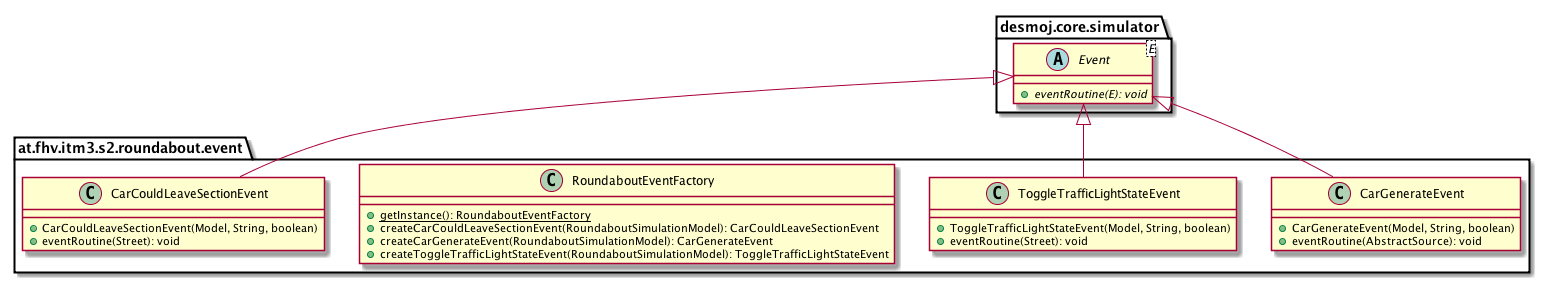
sereGkaluv/Roundabout-Simulation-Library keeps this PlantUML diagram as images/uml-class/at.fhv.itm3.s2.roundabout.event.package.png. Above is the earlier version.
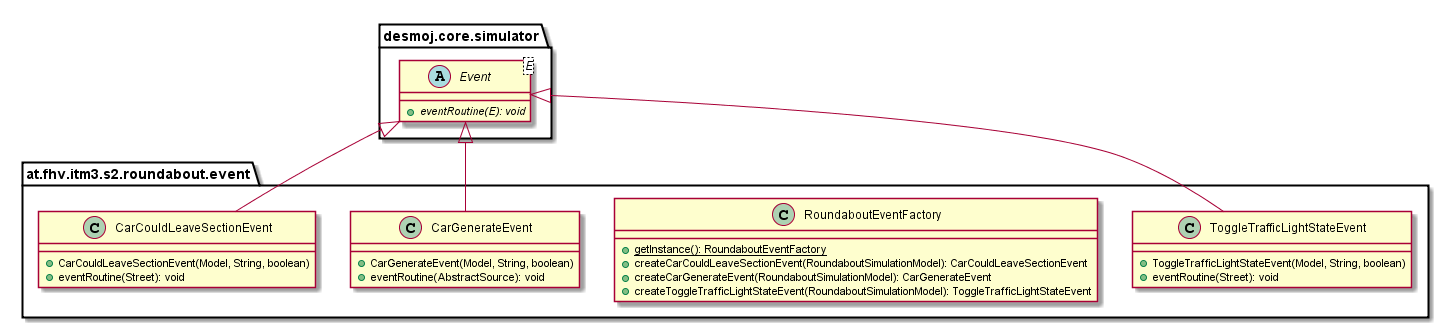
After the change.

Diff of the diagram source:
```diff
@@ -1,11 +1,6 @@
 @startuml
 
     namespace at.fhv.itm3.s2.roundabout.event {
-
-        class CarGenerateEvent [[../../../../../at/fhv/itm3/s2/roundabout/event/CarGenerateEvent.html]] {
-            +CarGenerateEvent(Model, String, boolean)
-            +eventRoutine(AbstractSource): void
-        }
 
         class ToggleTrafficLightStateEvent [[../../../../../at/fhv/itm3/s2/roundabout/event/ToggleTrafficLightStateEvent.html]] {
             +ToggleTrafficLightStateEvent(Model, String, boolean)
@@ -19,6 +14,11 @@
             +createToggleTrafficLightStateEvent(RoundaboutSimulationModel): ToggleTrafficLightStateEvent
         }
 
+        class CarGenerateEvent [[../../../../../at/fhv/itm3/s2/roundabout/event/CarGenerateEvent.html]] {
+            +CarGenerateEvent(Model, String, boolean)
+            +eventRoutine(AbstractSource): void
+        }
+
         class CarCouldLeaveSectionEvent [[../../../../../at/fhv/itm3/s2/roundabout/event/CarCouldLeaveSectionEvent.html]] {
             +CarCouldLeaveSectionEvent(Model, String, boolean)
             +eventRoutine(Street): void
@@ -27,9 +27,9 @@
         abstract class desmoj.core.simulator.Event<E> {
             {abstract} +eventRoutine(E): void
         }
+        desmoj.core.simulator.Event <|-- ToggleTrafficLightStateEvent
+
         desmoj.core.simulator.Event <|-- CarGenerateEvent
-
-        desmoj.core.simulator.Event <|-- ToggleTrafficLightStateEvent
 
         desmoj.core.simulator.Event <|-- CarCouldLeaveSectionEvent
 
```
